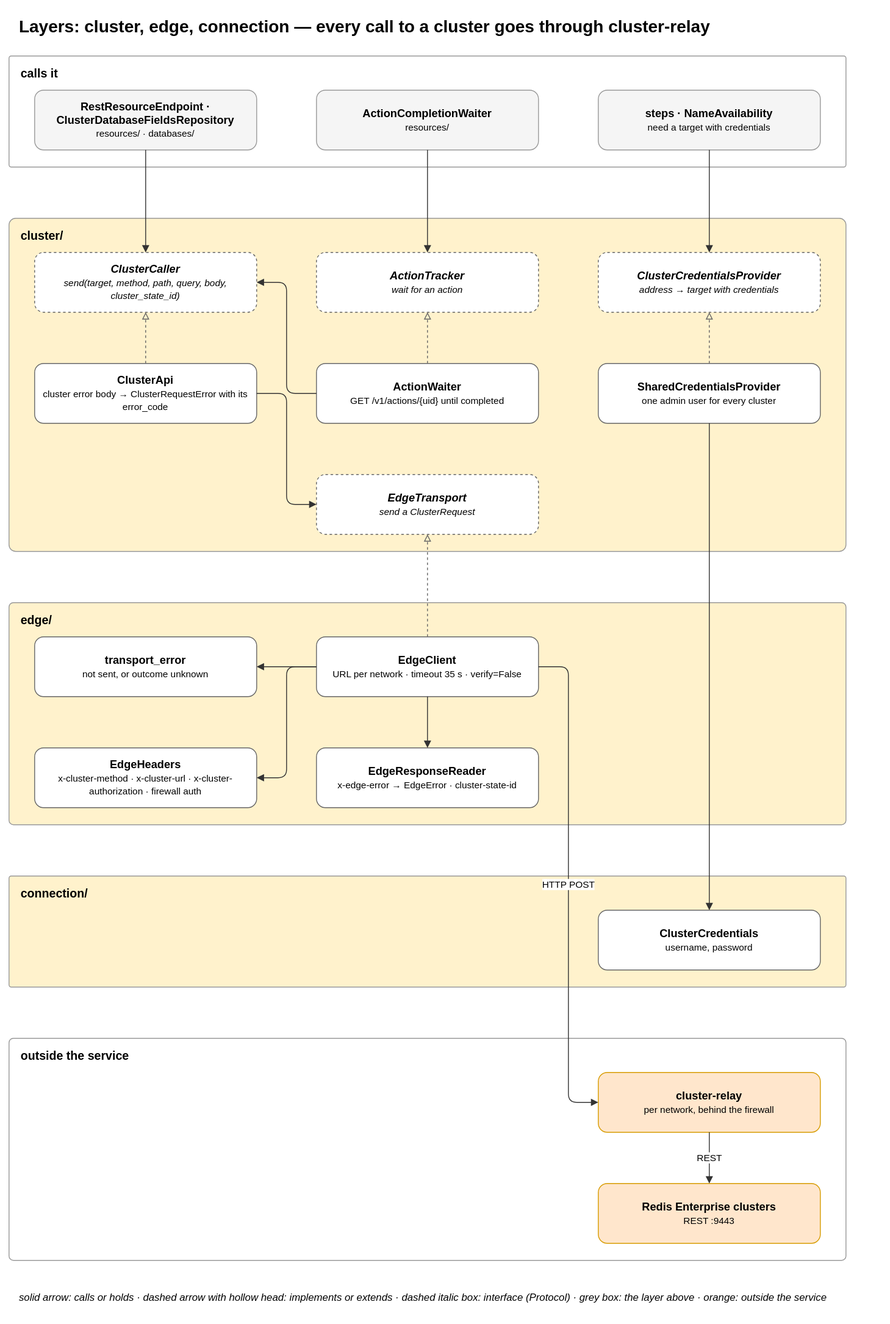
EliShteinman/redis-enterprise-services keeps this draw.io diagram as docs/diagrams/08-layer-transport.drawio.svg. Above is the earlier version. Source tidied: cells renumbered, new cells last; positions are measured from the earlier drawing's top-left corner, leaving out a move shared by most shapes.
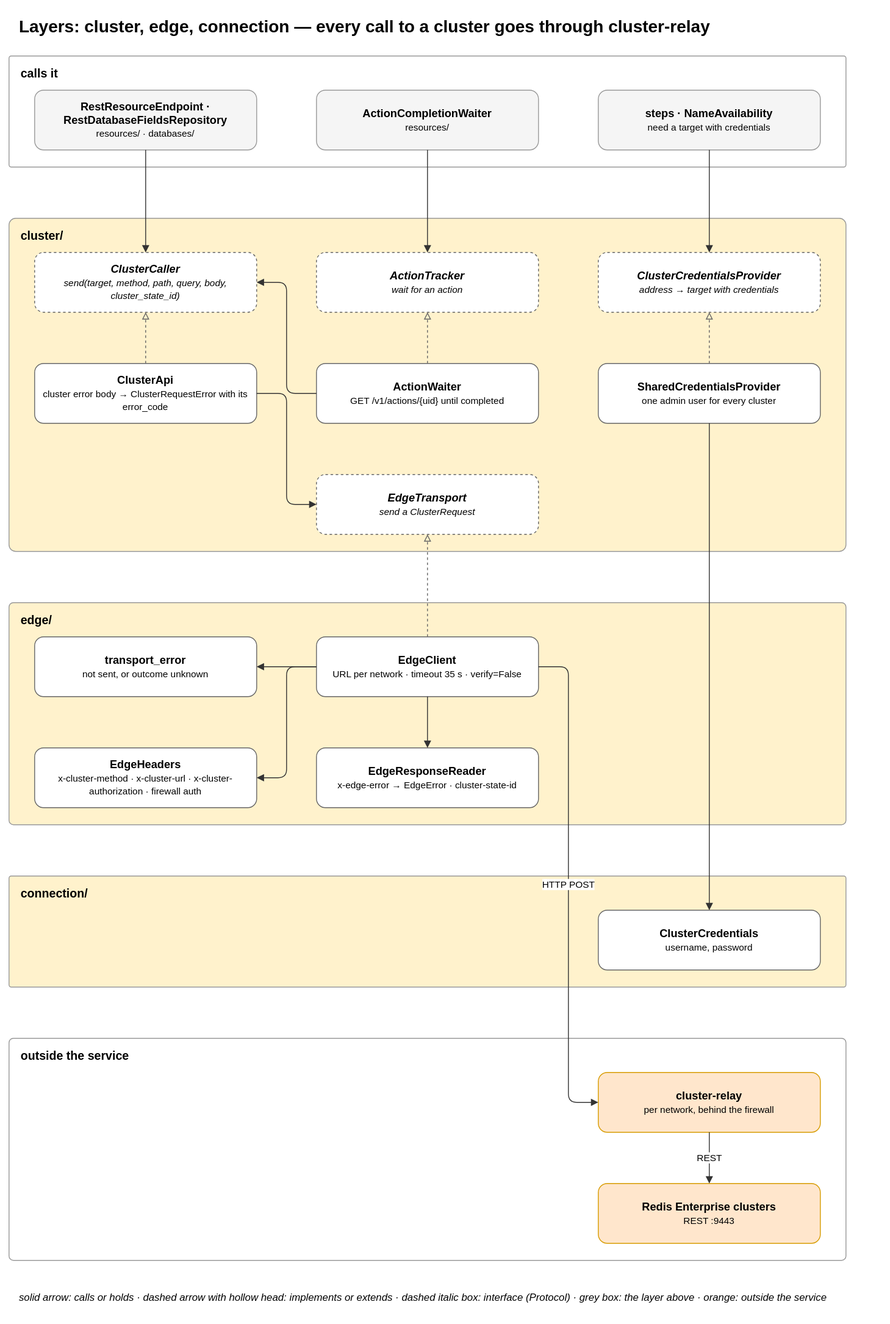
The same diagram one commit later.

Commit message:
refactor(resources): implementations named after how they work, field names passed as field_names

Diff of the diagram source:
```diff
@@ -8,7 +8,7 @@
     <mxCell id="3" value="&lt;b&gt;calls it&lt;/b&gt;" style="rounded=1;arcSize=2;fillColor=#ffffff;strokeColor=#999999;verticalAlign=top;align=left;spacingLeft=12;spacingTop=6;html=1;fontSize=14;" parent="1" vertex="1">
       <mxGeometry y="55" width="980" height="130" as="geometry" />
     </mxCell>
-    <mxCell id="4" value="&lt;b&gt;RestResourceEndpoint · ClusterDatabaseFieldsRepository&lt;/b&gt;&lt;br&gt;&lt;font style='font-size:11px'&gt;resources/ · databases/&lt;/font&gt;" style="rounded=1;whiteSpace=wrap;html=1;fillColor=#f5f5f5;strokeColor=#999999;fontSize=13;" parent="1" vertex="1">
+    <mxCell id="4" value="&lt;b&gt;RestResourceEndpoint · RestDatabaseFieldsRepository&lt;/b&gt;&lt;br&gt;&lt;font style='font-size:11px'&gt;resources/ · databases/&lt;/font&gt;" style="rounded=1;whiteSpace=wrap;html=1;fillColor=#f5f5f5;strokeColor=#999999;fontSize=13;" parent="1" vertex="1">
       <mxGeometry x="30" y="95" width="260" height="70" as="geometry" />
     </mxCell>
     <mxCell id="5" value="&lt;b&gt;ActionCompletionWaiter&lt;/b&gt;&lt;br&gt;&lt;font style='font-size:11px'&gt;resources/&lt;/font&gt;" style="rounded=1;whiteSpace=wrap;html=1;fillColor=#f5f5f5;strokeColor=#999999;fontSize=13;" parent="1" vertex="1">
```
